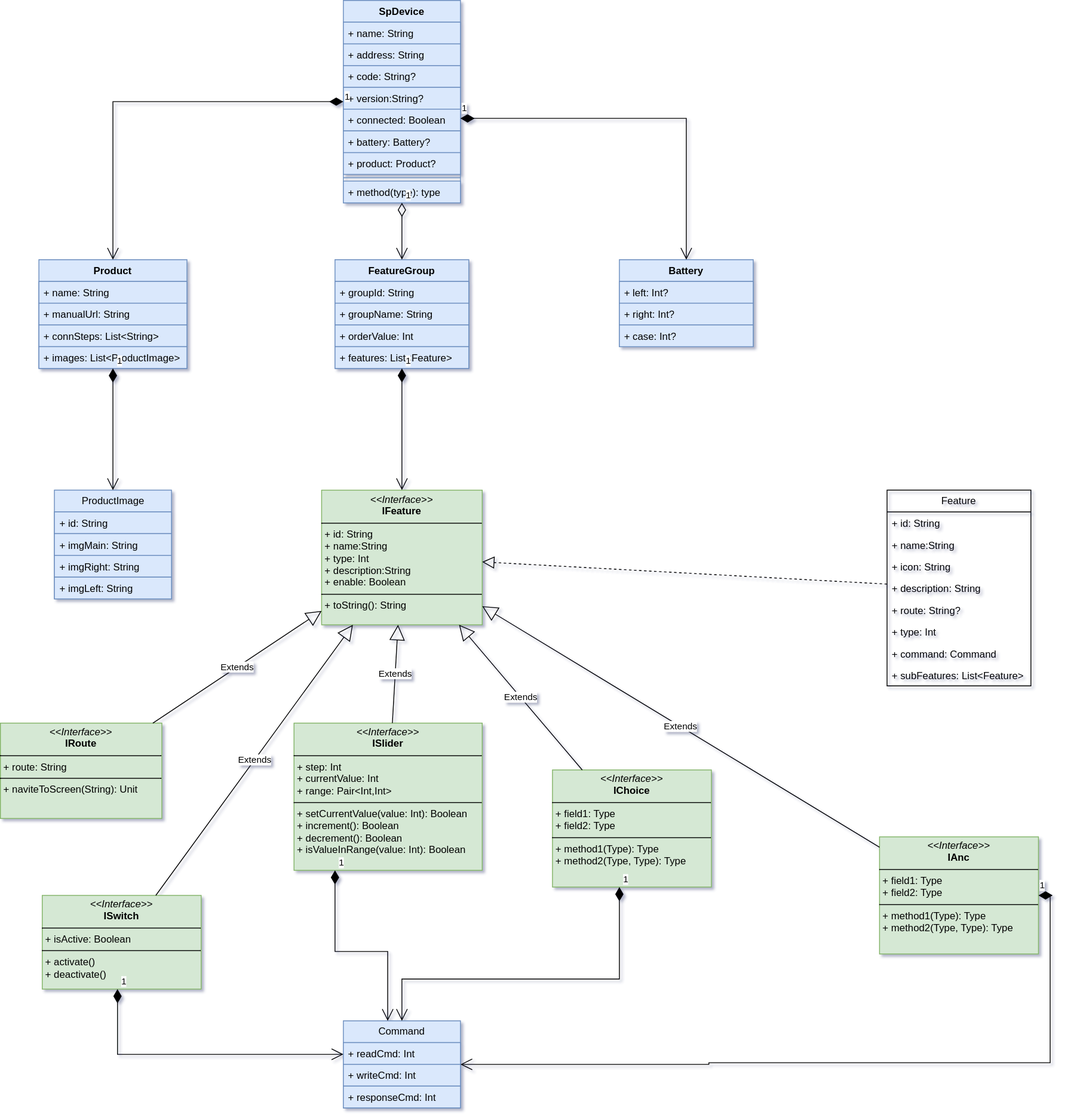
Before: 未命名绘图.drawio.svg, a diagram exported from draw.io (kekemao00/draw-libs). Source tidied: cells renumbered, new cells last; positions are measured from the earlier drawing's top-left corner, leaving out a move shared by most shapes.
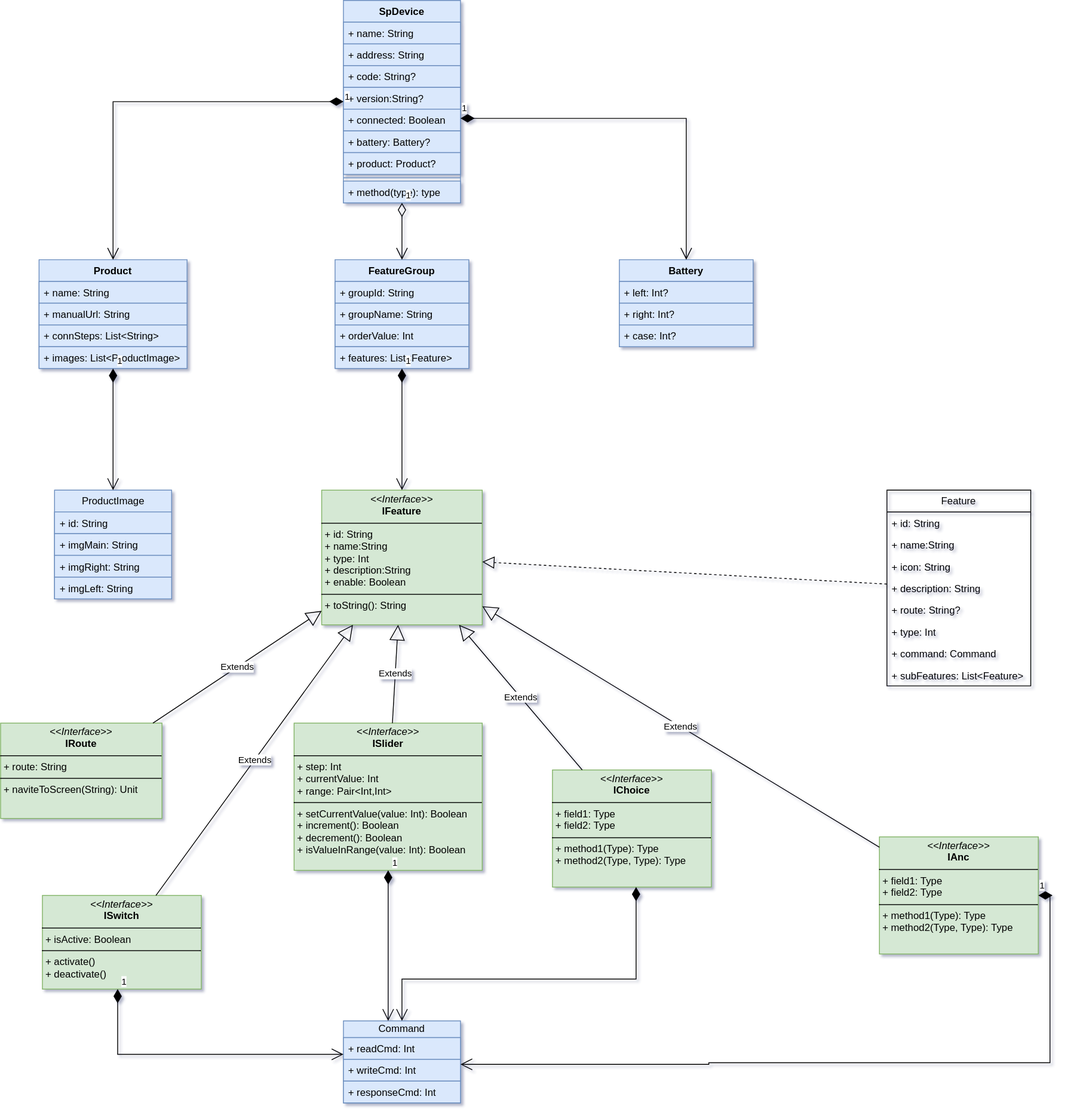
Above is the later version.

Commit message:
更新未命名绘图.drawio.svg

The edit, as a diff of the source:
```diff
@@ -116,17 +116,17 @@
     <mxCell id="39" value="+ subFeatures: List&amp;lt;Feature&amp;gt;" style="text;strokeColor=none;fillColor=none;align=left;verticalAlign=top;spacingLeft=4;spacingRight=4;overflow=hidden;whiteSpace=wrap;html=1;" parent="31" vertex="1">
       <mxGeometry y="208" width="172" height="26" as="geometry" />
     </mxCell>
-    <mxCell id="40" value="Command" style="swimlane;fontStyle=0;horizontal=1;startSize=26;fillColor=#dae8fc;whiteSpace=wrap;html=1;strokeColor=#6c8ebf;" parent="1" vertex="1">
-      <mxGeometry x="410" y="1220" width="140" height="104" as="geometry" />
+    <mxCell id="40" value="Command" style="swimlane;fontStyle=0;horizontal=1;startSize=20;fillColor=#dae8fc;whiteSpace=wrap;html=1;strokeColor=#6c8ebf;" parent="1" vertex="1">
+      <mxGeometry x="410" y="1220" width="140" height="98" as="geometry" />
     </mxCell>
     <mxCell id="41" value="+ readCmd: Int" style="text;strokeColor=#6c8ebf;fillColor=#dae8fc;align=left;verticalAlign=top;spacingLeft=4;spacingRight=4;overflow=hidden;whiteSpace=wrap;html=1;" parent="40" vertex="1">
-      <mxGeometry y="26" width="140" height="26" as="geometry" />
+      <mxGeometry y="20" width="140" height="26" as="geometry" />
     </mxCell>
     <mxCell id="42" value="+ writeCmd: Int" style="text;strokeColor=#6c8ebf;fillColor=#dae8fc;align=left;verticalAlign=top;spacingLeft=4;spacingRight=4;overflow=hidden;whiteSpace=wrap;html=1;" parent="40" vertex="1">
-      <mxGeometry y="52" width="140" height="26" as="geometry" />
+      <mxGeometry y="46" width="140" height="26" as="geometry" />
     </mxCell>
     <mxCell id="43" value="+ responseCmd: Int" style="text;strokeColor=#6c8ebf;fillColor=#dae8fc;align=left;verticalAlign=top;spacingLeft=4;spacingRight=4;overflow=hidden;whiteSpace=wrap;html=1;" parent="40" vertex="1">
-      <mxGeometry y="78" width="140" height="26" as="geometry" />
+      <mxGeometry y="72" width="140" height="26" as="geometry" />
     </mxCell>
     <mxCell id="44" value="&lt;p style=&quot;margin:0px;margin-top:4px;text-align:center;&quot;&gt;&lt;i&gt;&amp;lt;&amp;lt;Interface&amp;gt;&amp;gt;&lt;/i&gt;&lt;br&gt;&lt;b&gt;IFeature&lt;/b&gt;&lt;/p&gt;&lt;hr size=&quot;1&quot; style=&quot;border-style:solid;&quot;&gt;&lt;p style=&quot;margin:0px;margin-left:4px;&quot;&gt;+ id: String&lt;br&gt;+ name:String&lt;br&gt;+ type: Int&lt;br&gt;+ description:String&lt;br&gt;+&amp;nbsp;enable: Boolean&lt;/p&gt;&lt;hr size=&quot;1&quot; style=&quot;border-style:solid;&quot;&gt;&lt;p style=&quot;margin:0px;margin-left:4px;&quot;&gt;+ toString(): String&lt;br&gt;&lt;/p&gt;" style="verticalAlign=top;align=left;overflow=fill;html=1;whiteSpace=wrap;fillColor=#d5e8d4;strokeColor=#82b366;" parent="1" vertex="1">
       <mxGeometry x="384" y="585.5" width="192" height="161" as="geometry" />
@@ -184,10 +184,10 @@
     <mxCell id="60" value="Extends" style="endArrow=block;endSize=16;endFill=0;html=1;rounded=0;" parent="1" edge="1" source="46" target="44">
       <mxGeometry relative="1" as="geometry" />
     </mxCell>
-    <mxCell id="61" value="1" style="endArrow=open;html=1;endSize=12;startArrow=diamondThin;startSize=14;startFill=1;edgeStyle=orthogonalEdgeStyle;align=left;verticalAlign=bottom;rounded=0;" parent="1" edge="1" source="46" target="40">
+    <mxCell id="61" style="endArrow=open;html=1;endSize=12;startArrow=diamondThin;startSize=14;startFill=1;edgeStyle=orthogonalEdgeStyle;align=left;verticalAlign=bottom;rounded=0;" parent="1" edge="1" source="46" target="40">
       <mxGeometry x="-1" y="3" relative="1" as="geometry">
         <Array as="points">
-          <mxPoint x="740" y="1170" />
+          <mxPoint x="760" y="1170" />
           <mxPoint x="480" y="1170" />
         </Array>
       </mxGeometry>
@@ -202,8 +202,8 @@
     <mxCell id="63" value="1" style="endArrow=open;html=1;endSize=12;startArrow=diamondThin;startSize=14;startFill=1;edgeStyle=orthogonalEdgeStyle;align=left;verticalAlign=bottom;rounded=0;" parent="1" edge="1" source="50" target="40">
       <mxGeometry x="-1" y="3" relative="1" as="geometry">
         <Array as="points">
-          <mxPoint x="400" y="1137" />
-          <mxPoint x="463" y="1137" />
+          <mxPoint x="463" y="1070" />
+          <mxPoint x="463" y="1070" />
         </Array>
       </mxGeometry>
     </mxCell>
```
